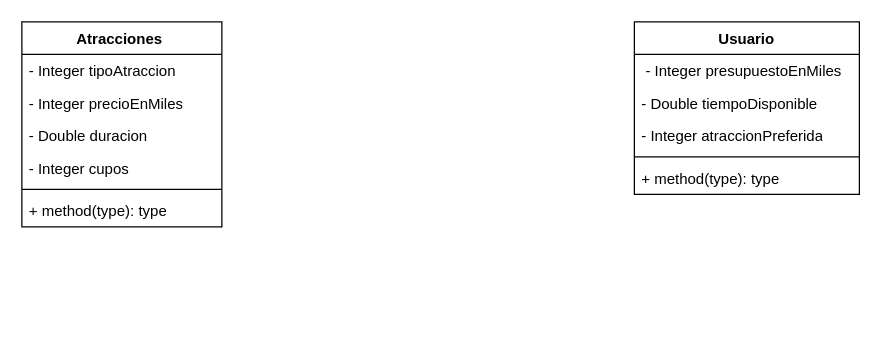
ChristianRojasR/TCP-Programacion-Avanzada keeps this draw.io diagram as ParadigmasBorrador.drawio. Above is the earlier version. Source tidied: cells renumbered, new cells numbered last; positions are measured from the earlier drawing's top-left corner, leaving out a move shared by most shapes. Both pictures are drawn from the tidied source at 125%, with x=0, y=0 at pixel (21, 21).
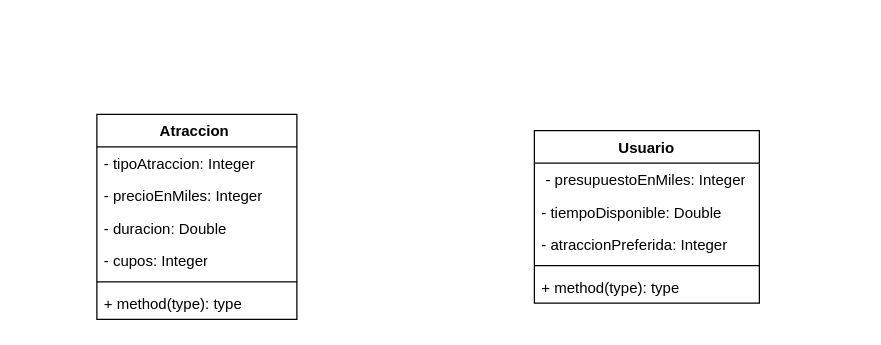
The same page after the edit.

Change to the diagram source:
```diff
@@
 <mxGraphModel>
   <root>
     <mxCell id="0" />
     <mxCell id="1" parent="0" />
-    <mxCell id="2" value="Atracciones&lt;span style=&quot;white-space: pre;&quot;&gt; &lt;/span&gt;" style="swimlane;fontStyle=1;align=center;verticalAlign=top;horizontal=1;startSize=26;whiteSpace=wrap;html=1;" parent="1" vertex="1">
-      <mxGeometry width="160" height="164" as="geometry" />
+    <mxCell id="2" value="Atraccion&lt;span style=&quot;white-space: pre;&quot;&gt; &lt;/span&gt;" style="swimlane;fontStyle=1;align=center;verticalAlign=top;horizontal=1;startSize=26;whiteSpace=wrap;html=1;" parent="1" vertex="1">
+      <mxGeometry x="60" y="74" width="160" height="164" as="geometry" />
     </mxCell>
-    <mxCell id="3" value="- Integer tipoAtraccion" style="text;strokeColor=none;fillColor=none;align=left;verticalAlign=top;spacingLeft=4;spacingRight=4;overflow=hidden;whiteSpace=wrap;html=1;" parent="2" vertex="1">
+    <mxCell id="3" value="- tipoAtraccion: Integer" style="text;strokeColor=none;fillColor=none;align=left;verticalAlign=top;spacingLeft=4;spacingRight=4;overflow=hidden;whiteSpace=wrap;html=1;" parent="2" vertex="1">
       <mxGeometry y="26" width="160" height="26" as="geometry" />
     </mxCell>
-    <mxCell id="4" value="- Integer precioEnMiles" style="text;strokeColor=none;fillColor=none;align=left;verticalAlign=top;spacingLeft=4;spacingRight=4;overflow=hidden;whiteSpace=wrap;html=1;" parent="2" vertex="1">
+    <mxCell id="4" value="- precioEnMiles: Integer" style="text;strokeColor=none;fillColor=none;align=left;verticalAlign=top;spacingLeft=4;spacingRight=4;overflow=hidden;whiteSpace=wrap;html=1;" parent="2" vertex="1">
       <mxGeometry y="52" width="160" height="26" as="geometry" />
     </mxCell>
-    <mxCell id="5" value="- Double duracion" style="text;strokeColor=none;fillColor=none;align=left;verticalAlign=top;spacingLeft=4;spacingRight=4;overflow=hidden;whiteSpace=wrap;html=1;" parent="2" vertex="1">
+    <mxCell id="5" value="- duracion: Double" style="text;strokeColor=none;fillColor=none;align=left;verticalAlign=top;spacingLeft=4;spacingRight=4;overflow=hidden;whiteSpace=wrap;html=1;" parent="2" vertex="1">
       <mxGeometry y="78" width="160" height="26" as="geometry" />
     </mxCell>
-    <mxCell id="6" value="- Integer cupos" style="text;strokeColor=none;fillColor=none;align=left;verticalAlign=top;spacingLeft=4;spacingRight=4;overflow=hidden;whiteSpace=wrap;html=1;" parent="2" vertex="1">
+    <mxCell id="6" value="- cupos: Integer" style="text;strokeColor=none;fillColor=none;align=left;verticalAlign=top;spacingLeft=4;spacingRight=4;overflow=hidden;whiteSpace=wrap;html=1;" parent="2" vertex="1">
       <mxGeometry y="104" width="160" height="26" as="geometry" />
     </mxCell>
     <mxCell id="7" style="line;strokeWidth=1;fillColor=none;align=left;verticalAlign=middle;spacingTop=-1;spacingLeft=3;spacingRight=3;labelPosition=right;strokeColor=inherit;" parent="2" vertex="1">
       <mxGeometry y="130" width="160" height="8" as="geometry" />
     </mxCell>
     <mxCell id="8" value="+ method(type): type" style="text;strokeColor=none;fillColor=none;align=left;verticalAlign=top;spacingLeft=4;spacingRight=4;overflow=hidden;whiteSpace=wrap;html=1;" parent="2" vertex="1">
       <mxGeometry y="138" width="160" height="26" as="geometry" />
     </mxCell>
     <mxCell id="9" value="Usuario" style="swimlane;fontStyle=1;align=center;verticalAlign=top;horizontal=1;startSize=26;whiteSpace=wrap;html=1;" parent="1" vertex="1">
-      <mxGeometry x="490" width="180" height="138" as="geometry" />
+      <mxGeometry x="410" y="87" width="180" height="138" as="geometry" />
     </mxCell>
-    <mxCell id="10" value="&amp;nbsp;- Integer presupuestoEnMiles" style="text;strokeColor=none;fillColor=none;align=left;verticalAlign=top;spacingLeft=4;spacingRight=4;overflow=hidden;whiteSpace=wrap;html=1;" parent="9" vertex="1">
+    <mxCell id="10" value="&amp;nbsp;- presupuestoEnMiles: Integer" style="text;strokeColor=none;fillColor=none;align=left;verticalAlign=top;spacingLeft=4;spacingRight=4;overflow=hidden;whiteSpace=wrap;html=1;" parent="9" vertex="1">
       <mxGeometry y="26" width="180" height="26" as="geometry" />
     </mxCell>
-    <mxCell id="11" value="- Double tiempoDisponible" style="text;strokeColor=none;fillColor=none;align=left;verticalAlign=top;spacingLeft=4;spacingRight=4;overflow=hidden;whiteSpace=wrap;html=1;" parent="9" vertex="1">
+    <mxCell id="11" value="- tiempoDisponible: Double" style="text;strokeColor=none;fillColor=none;align=left;verticalAlign=top;spacingLeft=4;spacingRight=4;overflow=hidden;whiteSpace=wrap;html=1;" parent="9" vertex="1">
       <mxGeometry y="52" width="180" height="26" as="geometry" />
     </mxCell>
-    <mxCell id="12" value="- Integer atraccionPreferida" style="text;strokeColor=none;fillColor=none;align=left;verticalAlign=top;spacingLeft=4;spacingRight=4;overflow=hidden;whiteSpace=wrap;html=1;" parent="9" vertex="1">
+    <mxCell id="12" value="- atraccionPreferida: Integer" style="text;strokeColor=none;fillColor=none;align=left;verticalAlign=top;spacingLeft=4;spacingRight=4;overflow=hidden;whiteSpace=wrap;html=1;" parent="9" vertex="1">
       <mxGeometry y="78" width="180" height="26" as="geometry" />
     </mxCell>
     <mxCell id="13" style="line;strokeWidth=1;fillColor=none;align=left;verticalAlign=middle;spacingTop=-1;spacingLeft=3;spacingRight=3;labelPosition=right;strokeColor=inherit;" parent="9" vertex="1">
       <mxGeometry y="104" width="180" height="8" as="geometry" />
     </mxCell>
     <mxCell id="14" value="+ method(type): type" style="text;strokeColor=none;fillColor=none;align=left;verticalAlign=top;spacingLeft=4;spacingRight=4;overflow=hidden;whiteSpace=wrap;html=1;" parent="9" vertex="1">
       <mxGeometry y="112" width="180" height="26" as="geometry" />
     </mxCell>
   </root>
 </mxGraphModel>
```
